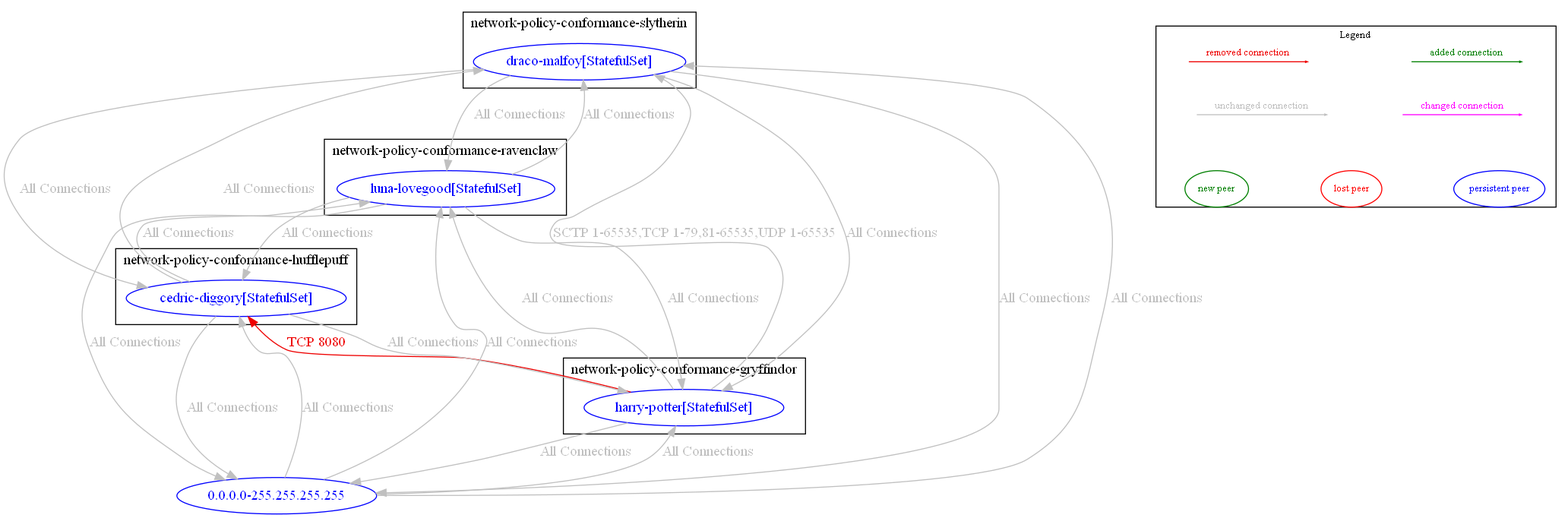
np-guard/netpol-analyzer keeps this Graphviz diagram as test_outputs/diff/diff_between_banp_test_core_egress_tcp_swapping_rules_and_banp_test_core_egress_tcp_rules.dot.png. Above is the earlier version. Its source is kept beside it as test_outputs/diff/diff_between_banp_test_core_egress_tcp_swapping_rules_and_banp_test_core_egress_tcp_rules.dot. Its diagram source:
```dot
digraph {
	subgraph "cluster_network_policy_conformance_gryffindor" {
		color="black"
		fontcolor="black"
		"network-policy-conformance-gryffindor/harry-potter[StatefulSet]" [label="harry-potter[StatefulSet]" color="blue" fontcolor="blue"]
		label="network-policy-conformance-gryffindor"
	}
	subgraph "cluster_network_policy_conformance_hufflepuff" {
		color="black"
		fontcolor="black"
		"network-policy-conformance-hufflepuff/cedric-diggory[StatefulSet]" [label="cedric-diggory[StatefulSet]" color="blue" fontcolor="blue"]
		label="network-policy-conformance-hufflepuff"
	}
	subgraph "cluster_network_policy_conformance_ravenclaw" {
		color="black"
		fontcolor="black"
		"network-policy-conformance-ravenclaw/luna-lovegood[StatefulSet]" [label="luna-lovegood[StatefulSet]" color="blue" fontcolor="blue"]
		label="network-policy-conformance-ravenclaw"
	}
	subgraph "cluster_network_policy_conformance_slytherin" {
		color="black"
		fontcolor="black"
		"network-policy-conformance-slytherin/draco-malfoy[StatefulSet]" [label="draco-malfoy[StatefulSet]" color="blue" fontcolor="blue"]
		label="network-policy-conformance-slytherin"
	}
	"0.0.0.0-255.255.255.255" [label="0.0.0.0-255.255.255.255" color="blue" fontcolor="blue"]
	"0.0.0.0-255.255.255.255" -> "network-policy-conformance-gryffindor/harry-potter[StatefulSet]" [label="All Connections" color="grey" fontcolor="grey" weight=0.5]
	"0.0.0.0-255.255.255.255" -> "network-policy-conformance-hufflepuff/cedric-diggory[StatefulSet]" [label="All Connections" color="grey" fontcolor="grey" weight=0.5]
	"0.0.0.0-255.255.255.255" -> "network-policy-conformance-ravenclaw/luna-lovegood[StatefulSet]" [label="All Connections" color="grey" fontcolor="grey" weight=0.5]
	"0.0.0.0-255.255.255.255" -> "network-policy-conformance-slytherin/draco-malfoy[StatefulSet]" [label="All Connections" color="grey" fontcolor="grey" weight=0.5]
	"network-policy-conformance-gryffindor/harry-potter[StatefulSet]" -> "0.0.0.0-255.255.255.255" [label="All Connections" color="grey" fontcolor="grey" weight=1]
	"network-policy-conformance-gryffindor/harry-potter[StatefulSet]" -> "network-policy-conformance-hufflepuff/cedric-diggory[StatefulSet]" [label="TCP 8080" color="red2" fontcolor="red2" weight=0.5]
	"network-policy-conformance-gryffindor/harry-potter[StatefulSet]" -> "network-policy-conformance-ravenclaw/luna-lovegood[StatefulSet]" [label="All Connections" color="grey" fontcolor="grey" weight=0.5]
	"network-policy-conformance-gryffindor/harry-potter[StatefulSet]" -> "network-policy-conformance-slytherin/draco-malfoy[StatefulSet]" [label="SCTP 1-65535,TCP 1-79,81-65535,UDP 1-65535" color="grey" fontcolor="grey" weight=0.5]
	"network-policy-conformance-hufflepuff/cedric-diggory[StatefulSet]" -> "0.0.0.0-255.255.255.255" [label="All Connections" color="grey" fontcolor="grey" weight=1]
	"network-policy-conformance-hufflepuff/cedric-diggory[StatefulSet]" -> "network-policy-conformance-gryffindor/harry-potter[StatefulSet]" [label="All Connections" color="grey" fontcolor="grey" weight=1]
	"network-policy-conformance-hufflepuff/cedric-diggory[StatefulSet]" -> "network-policy-conformance-ravenclaw/luna-lovegood[StatefulSet]" [label="All Connections" color="grey" fontcolor="grey" weight=0.5]
	"network-policy-conformance-hufflepuff/cedric-diggory[StatefulSet]" -> "network-policy-conformance-slytherin/draco-malfoy[StatefulSet]" [label="All Connections" color="grey" fontcolor="grey" weight=0.5]
	"network-policy-conformance-ravenclaw/luna-lovegood[StatefulSet]" -> "0.0.0.0-255.255.255.255" [label="All Connections" color="grey" fontcolor="grey" weight=1]
	"network-policy-conformance-ravenclaw/luna-lovegood[StatefulSet]" -> "network-policy-conformance-gryffindor/harry-potter[StatefulSet]" [label="All Connections" color="grey" fontcolor="grey" weight=1]
	"network-policy-conformance-ravenclaw/luna-lovegood[StatefulSet]" -> "network-policy-conformance-hufflepuff/cedric-diggory[StatefulSet]" [label="All Connections" color="grey" fontcolor="grey" weight=1]
	"network-policy-conformance-ravenclaw/luna-lovegood[StatefulSet]" -> "network-policy-conformance-slytherin/draco-malfoy[StatefulSet]" [label="All Connections" color="grey" fontcolor="grey" weight=0.5]
	"network-policy-conformance-slytherin/draco-malfoy[StatefulSet]" -> "0.0.0.0-255.255.255.255" [label="All Connections" color="grey" fontcolor="grey" weight=1]
	"network-policy-conformance-slytherin/draco-malfoy[StatefulSet]" -> "network-policy-conformance-gryffindor/harry-potter[StatefulSet]" [label="All Connections" color="grey" fontcolor="grey" weight=1]
	"network-policy-conformance-slytherin/draco-malfoy[StatefulSet]" -> "network-policy-conformance-hufflepuff/cedric-diggory[StatefulSet]" [label="All Connections" color="grey" fontcolor="grey" weight=1]
	"network-policy-conformance-slytherin/draco-malfoy[StatefulSet]" -> "network-policy-conformance-ravenclaw/luna-lovegood[StatefulSet]" [label="All Connections" color="grey" fontcolor="grey" weight=1]
	nodesep=0.5
	subgraph cluster_legend {
		label="Legend"
		fontsize = 10
		margin=0
		a [style=invis height=0 width=0]
		b [style=invis height=0 width=0]
		c [style=invis height=0 width=0]
		d [style=invis height=0 width=0]
		e [style=invis height=0 width=0]
		f [style=invis height=0 width=0]
		g [style=invis height=0 width=0]
		h [style=invis height=0 width=0]
		{rank=source a b c d}
		{rank=same e f g h}
		a -> b [label="added connection", color="#008000" fontcolor="#008000" fontsize = 10 arrowsize=0.2]
		c -> d [label="removed connection", color="red2" fontcolor="red2" fontsize = 10 arrowsize=0.2]
		e -> f [label="changed connection", color="magenta" fontcolor="magenta" fontsize = 10 arrowsize=0.2]
		g -> h [label="unchanged connection", color="grey" fontcolor="grey" fontsize = 10 arrowsize=0.2]
		np [label="new peer" color="#008000" fontcolor="#008000" fontsize = 10]
		lp [label="lost peer" color="red" fontcolor="red" fontsize = 10]
		pp [label="persistent peer" color="blue" fontcolor="blue" fontsize = 10]
		{rank=sink np lp pp}
		np->lp [style=invis]
		lp->pp [style=invis]
	}
}
```
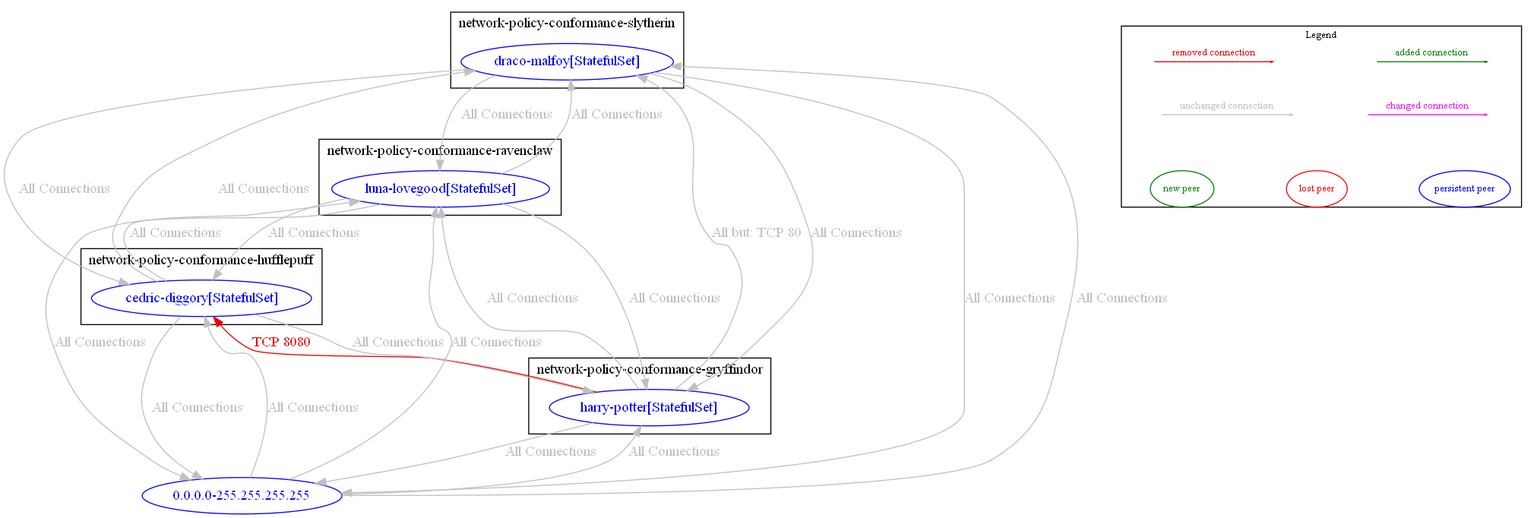
The same file after the commit.

The edit, as a diff of the source:
```diff
@@ -31,7 +31,7 @@
 	"network-policy-conformance-gryffindor/harry-potter[StatefulSet]" -> "0.0.0.0-255.255.255.255" [label="All Connections" color="grey" fontcolor="grey" weight=1]
 	"network-policy-conformance-gryffindor/harry-potter[StatefulSet]" -> "network-policy-conformance-hufflepuff/cedric-diggory[StatefulSet]" [label="TCP 8080" color="red2" fontcolor="red2" weight=0.5]
 	"network-policy-conformance-gryffindor/harry-potter[StatefulSet]" -> "network-policy-conformance-ravenclaw/luna-lovegood[StatefulSet]" [label="All Connections" color="grey" fontcolor="grey" weight=0.5]
-	"network-policy-conformance-gryffindor/harry-potter[StatefulSet]" -> "network-policy-conformance-slytherin/draco-malfoy[StatefulSet]" [label="SCTP 1-65535,TCP 1-79,81-65535,UDP 1-65535" color="grey" fontcolor="grey" weight=0.5]
+	"network-policy-conformance-gryffindor/harry-potter[StatefulSet]" -> "network-policy-conformance-slytherin/draco-malfoy[StatefulSet]" [label="All but: TCP 80" color="grey" fontcolor="grey" weight=0.5]
 	"network-policy-conformance-hufflepuff/cedric-diggory[StatefulSet]" -> "0.0.0.0-255.255.255.255" [label="All Connections" color="grey" fontcolor="grey" weight=1]
 	"network-policy-conformance-hufflepuff/cedric-diggory[StatefulSet]" -> "network-policy-conformance-gryffindor/harry-potter[StatefulSet]" [label="All Connections" color="grey" fontcolor="grey" weight=1]
 	"network-policy-conformance-hufflepuff/cedric-diggory[StatefulSet]" -> "network-policy-conformance-ravenclaw/luna-lovegood[StatefulSet]" [label="All Connections" color="grey" fontcolor="grey" weight=0.5]
```
